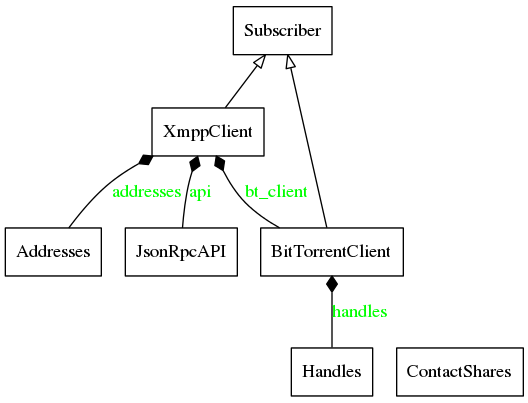
Earlier version of the Graphviz export docs/05_implementierung/resources/classes_bitween_small.png (puhoy/ba_thesis). Its source is kept beside it as docs/05_implementierung/resources/classes_bitween_small.dot.
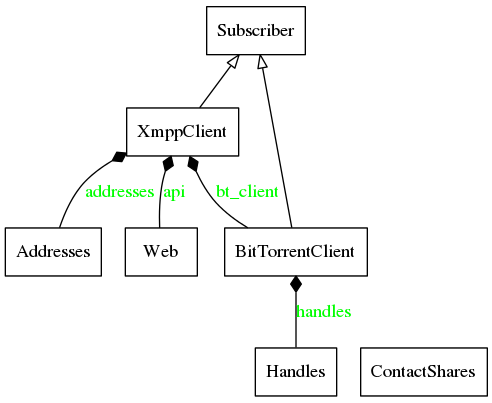
Later version of the same file.

Change to the diagram source:
```diff
@@ -5,7 +5,7 @@
 "2" [label="BitTorrentClient", shape="record"];
 "3" [label="ContactShares", shape="record"];
 "4" [label="Handles", shape="record"];
-"5" [label="JsonRpcAPI", shape="record"];
+"5" [label="Web", shape="record"];
 "8" [label="Subscriber", shape="record"];
 "11" [label="XmppClient", shape="record"];
 "2" -> "8" [arrowhead="empty", arrowtail="none"];
```
